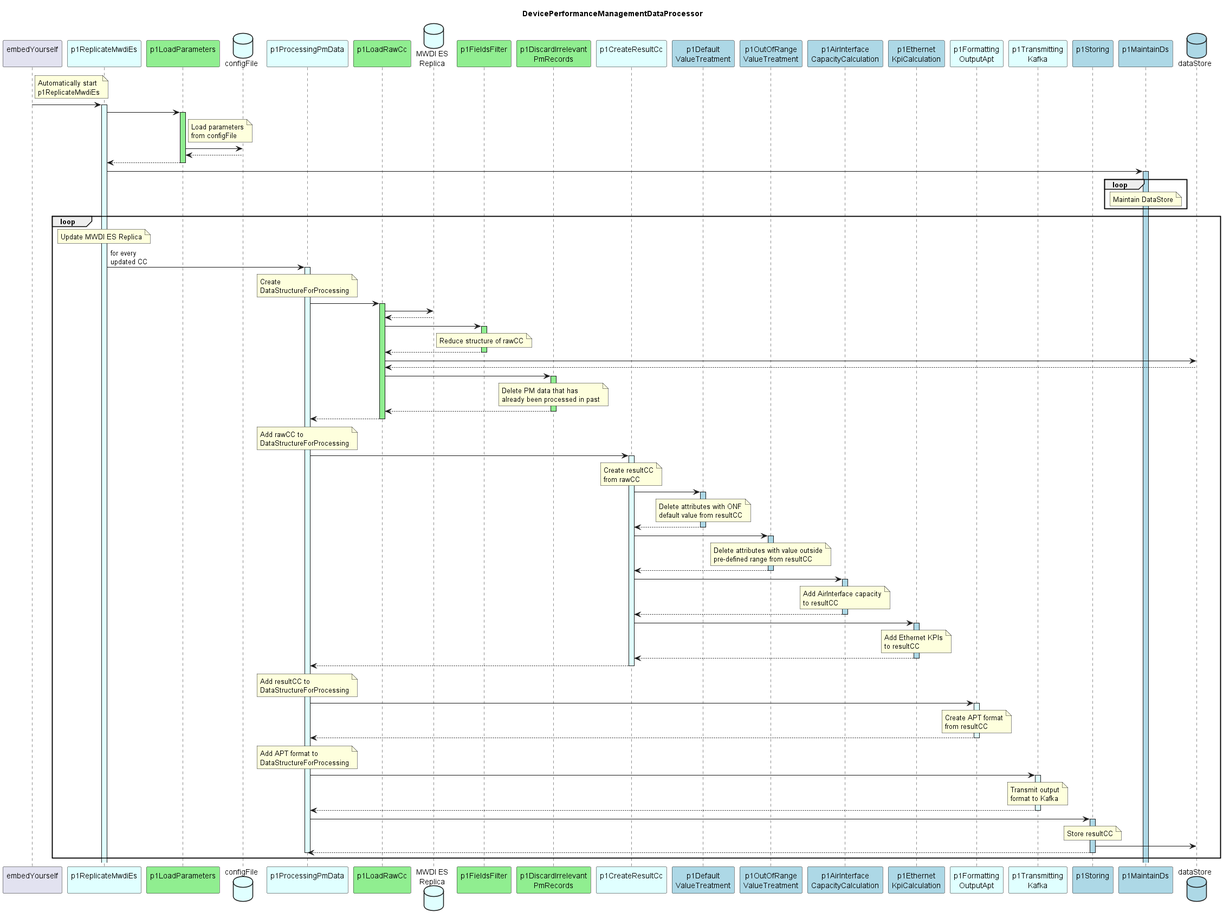
openBackhaul/DevicePerformanceManagementDataProcessor keeps this PlantUML diagram as spec/diagrams/hl_sequence.png. Above is the earlier version.
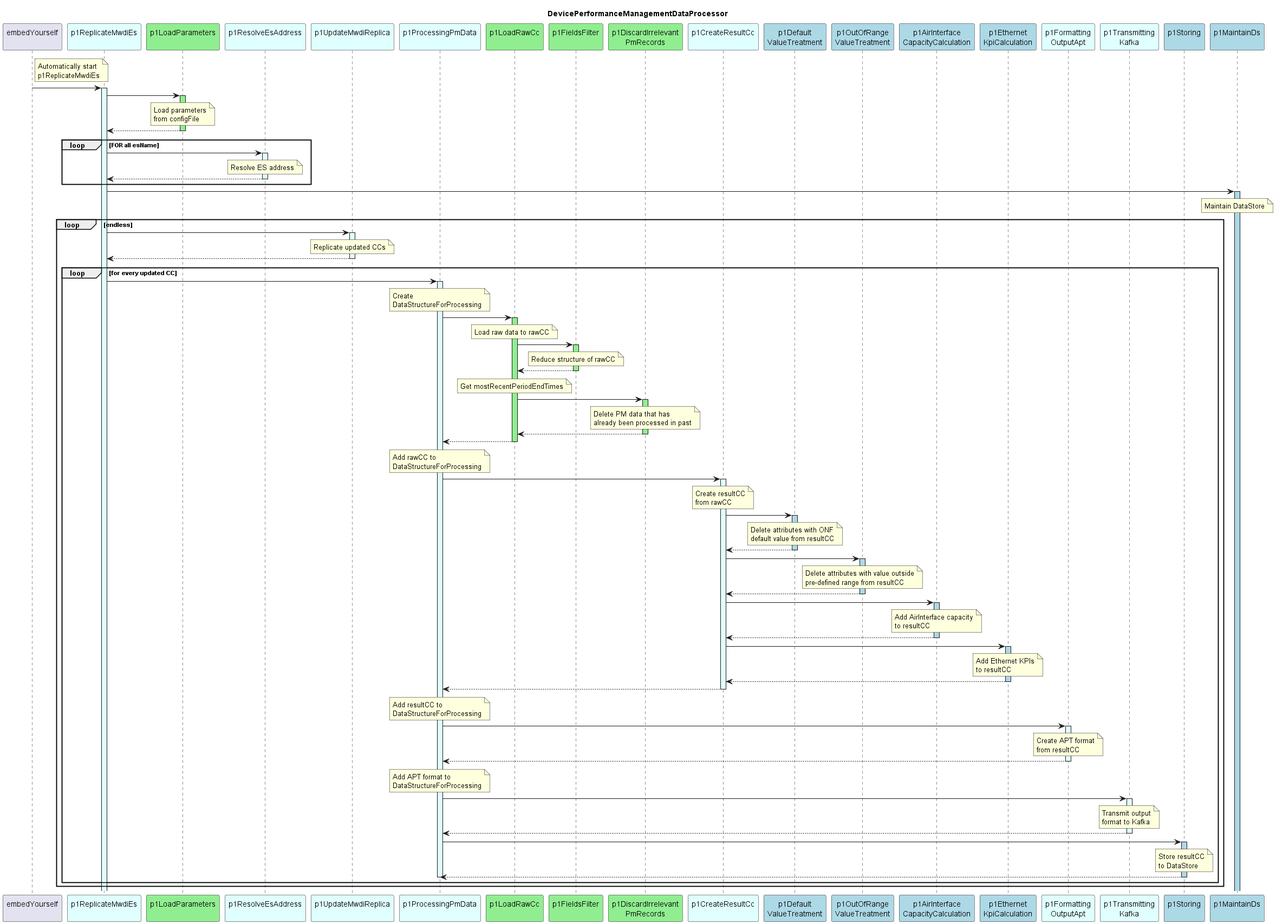
The same diagram one commit later.

Commit message:
Start rebuild p1Replicate folder

The edit, as a diff of the source:
```diff
@@ -6,14 +6,14 @@
 end title
 
 participant "embedYourself\n" as embed
-participant "p1ReplicateMwdiEs\n" as p1ReplaceMwdiEs #LightCyan
+participant "p1ReplicateMwdiEs\n" as p1RMWDI #LightCyan
 participant "p1LoadParameters\n" as p1LoadParams #LightGreen
-database "configFile" as configFile #LightCyan
+participant "p1ResolveEsAddress\n" as p1REA #LightCyan
+participant "p1UpdateMwdiReplica\n" as p1UMR #LightCyan
 
 participant "p1ProcessingPmData\n" as p1ProcessPm #LightCyan
 
 participant "p1LoadRawCc\n" as p1AddRaw #LightGreen
-database  "MWDI ES\nReplica" as MwdiEs #LightCyan
 participant "p1FieldsFilter\n" as p1FieldsFilter #LightGreen
 participant "p1DiscardIrrelevant\nPmRecords" as filterPm #LightGreen
 
@@ -30,187 +30,202 @@
 
 participant "p1Storing\n" as p1Store #LightBlue
 participant "p1MaintainDs\n" as p1MDS #LightBlue
-database "dataStore" as db #LightBlue
 
 note right embed
   Automatically start
   p1ReplicateMwdiEs
 end note
-embed -> p1ReplaceMwdiEs
+embed -> p1RMWDI
 
-activate p1ReplaceMwdiEs #LightCyan
+activate p1RMWDI #LightCyan
 
-  p1ReplaceMwdiEs -> p1LoadParams
+  p1RMWDI -> p1LoadParams
   activate p1LoadParams #LightGreen
-    note right p1LoadParams
+    note over p1LoadParams
       Load parameters
       from configFile
     end note
-    p1LoadParams -> configFile
-    p1LoadParams <-- configFile
-  p1ReplaceMwdiEs <-- p1LoadParams
+  p1RMWDI <-- p1LoadParams
   deactivate p1LoadParams
 
-  p1ReplaceMwdiEs -> p1MDS
+  Loop FOR all esName
+    p1RMWDI -> p1REA
+    activate p1REA #LightCyan
+      note over p1REA
+        Resolve ES address
+      end note
+    p1RMWDI <-- p1REA
+    deactivate p1REA
+  end Loop
+
+  p1RMWDI -> p1MDS
   activate p1MDS #LightBlue
-    loop
-      note over p1MDS
-        Maintain DataStore
-      end note
-    end
-
-  loop
-    note over p1ReplaceMwdiEs
-      Update MWDI ES Replica
+    note over p1MDS
+      Maintain DataStore
     end note
 
-    p1ReplaceMwdiEs -> p1ProcessPm : for every\nupdated CC
-    activate p1ProcessPm #LightCyan
+  Loop endless
 
-      note over p1ProcessPm
-        Create
-        DataStructureForProcessing
+    p1RMWDI -> p1UMR
+    activate p1UMR #LightCyan
+      note over p1UMR
+        Replicate updated CCs
       end note
+    p1RMWDI <-- p1UMR
+    deactivate p1UMR
 
-      p1ProcessPm -> p1AddRaw
-      activate p1AddRaw #LightGreen
+    Loop for every updated CC
 
-        p1AddRaw -> MwdiEs
-        p1AddRaw <-- MwdiEs
+      p1RMWDI -> p1ProcessPm
+      activate p1ProcessPm #LightCyan
 
-        p1AddRaw -> p1FieldsFilter
-        activate p1FieldsFilter #LightGreen
+        note over p1ProcessPm
+          Create
+          DataStructureForProcessing
+        end note
 
-          note over p1FieldsFilter
-            Reduce structure of rawCC
+        p1ProcessPm -> p1AddRaw
+        activate p1AddRaw #LightGreen
+
+          note over p1AddRaw
+            Load raw data to rawCC
           end note
 
-        p1AddRaw <-- p1FieldsFilter
-        deactivate p1FieldsFilter
+          p1AddRaw -> p1FieldsFilter
+          activate p1FieldsFilter #LightGreen
 
-        p1AddRaw -> db
-        p1AddRaw <-- db
+            note over p1FieldsFilter
+              Reduce structure of rawCC
+            end note
 
-        p1AddRaw -> filterPm
-        activate filterPm #LightGreen
+          p1AddRaw <-- p1FieldsFilter
+          deactivate p1FieldsFilter
 
-          note over filterPm
-            Delete PM data that has
-            already been processed in past
+          note over p1AddRaw
+            Get mostRecentPeriodEndTimes
           end note
 
-        p1AddRaw <-- filterPm
-        deactivate filterPm
+          p1AddRaw -> filterPm
+          activate filterPm #LightGreen
 
-      p1ProcessPm <-- p1AddRaw
-      deactivate p1AddRaw
+            note over filterPm
+              Delete PM data that has
+              already been processed in past
+            end note
 
-      note over p1ProcessPm
-        Add rawCC to
-        DataStructureForProcessing
-      end note
+          p1AddRaw <-- filterPm
+          deactivate filterPm
 
-      p1ProcessPm -> p1CreateResultCC
-      activate p1CreateResultCC #LightCyan
+        p1ProcessPm <-- p1AddRaw
+        deactivate p1AddRaw
 
-        note over p1CreateResultCC
-          Create resultCC
-          from rawCC
+        note over p1ProcessPm
+          Add rawCC to
+          DataStructureForProcessing
         end note
 
-        p1CreateResultCC -> p1DefaultValues
-        activate p1DefaultValues #LightBlue
+        p1ProcessPm -> p1CreateResultCC
+        activate p1CreateResultCC #LightCyan
 
-          note over p1DefaultValues
-            Delete attributes with ONF
-            default value from resultCC
+          note over p1CreateResultCC
+            Create resultCC
+            from rawCC
           end note
 
-        p1CreateResultCC <-- p1DefaultValues
-        deactivate p1DefaultValues
+          p1CreateResultCC -> p1DefaultValues
+          activate p1DefaultValues #LightBlue
 
-        p1CreateResultCC -> p1OutOfRange
-        activate p1OutOfRange #LightBlue
+            note over p1DefaultValues
+              Delete attributes with ONF
+              default value from resultCC
+            end note
 
-          note over p1OutOfRange
-            Delete attributes with value outside
-            pre-defined range from resultCC
+          p1CreateResultCC <-- p1DefaultValues
+          deactivate p1DefaultValues
+
+          p1CreateResultCC -> p1OutOfRange
+          activate p1OutOfRange #LightBlue
+
+            note over p1OutOfRange
+              Delete attributes with value outside
+              pre-defined range from resultCC
+            end note
+
+          p1CreateResultCC <-- p1OutOfRange
+          deactivate p1OutOfRange
+
+          p1CreateResultCC -> p1AirKpi
+          activate p1AirKpi #LightBlue
+
+            note over p1AirKpi
+              Add AirInterface capacity
+              to resultCC
+            end note
+
+          p1CreateResultCC <-- p1AirKpi
+          deactivate p1AirKpi
+
+          p1CreateResultCC -> p1EthKpi
+          activate p1EthKpi #LightBlue
+
+            note over p1EthKpi
+              Add Ethernet KPIs
+              to resultCC
+            end note
+
+          p1CreateResultCC <-- p1EthKpi
+          deactivate p1EthKpi
+
+        p1ProcessPm <-- p1CreateResultCC
+        deactivate p1CreateResultCC
+
+        note over p1ProcessPm
+          Add resultCC to
+          DataStructureForProcessing
+        end note
+
+        p1ProcessPm -> p1Output
+        activate p1Output #LightCyan
+
+          note over p1Output
+            Create APT format
+            from resultCC
           end note
 
-        p1CreateResultCC <-- p1OutOfRange
-        deactivate p1OutOfRange
+        p1ProcessPm <-- p1Output
+        deactivate p1Output
 
-        p1CreateResultCC -> p1AirKpi
-        activate p1AirKpi #LightBlue
+        note over p1ProcessPm
+          Add APT format to
+          DataStructureForProcessing
+        end note
 
-          note over p1AirKpi
-            Add AirInterface capacity
-            to resultCC
+        p1ProcessPm -> p1Trans
+        activate p1Trans #LightCyan
+
+          note over p1Trans
+            Transmit output
+            format to Kafka
           end note
 
-        p1CreateResultCC <-- p1AirKpi
-        deactivate p1AirKpi
+        p1ProcessPm <-- p1Trans
+        deactivate p1Trans
 
-        p1CreateResultCC -> p1EthKpi
-        activate p1EthKpi #LightBlue
+        p1ProcessPm -> p1Store
+        activate p1Store #LightBlue
 
-          note over p1EthKpi
-            Add Ethernet KPIs
-            to resultCC
+          note over p1Store
+            Store resultCC
+            to DataStore
           end note
 
-        p1CreateResultCC <-- p1EthKpi
-        deactivate p1EthKpi
+        p1ProcessPm <-- p1Store
+        deactivate p1Store
 
-      p1ProcessPm <-- p1CreateResultCC
-      deactivate p1CreateResultCC
+      deactivate p1ProcessPm
 
-      note over p1ProcessPm
-        Add resultCC to
-        DataStructureForProcessing
-      end note
+    end Loop
 
-      p1ProcessPm -> p1Output
-      activate p1Output #LightCyan
-
-        note over p1Output
-          Create APT format
-          from resultCC
-        end note
-
-      p1ProcessPm <-- p1Output
-      deactivate p1Output
-
-      note over p1ProcessPm
-        Add APT format to
-        DataStructureForProcessing
-      end note
-
-      p1ProcessPm -> p1Trans
-      activate p1Trans #LightCyan
-
-        note over p1Trans
-          Transmit output
-          format to Kafka
-        end note
-
-      p1ProcessPm <-- p1Trans
-      deactivate p1Trans
-
-      p1ProcessPm -> p1Store
-      activate p1Store #LightBlue
-
-        note over p1Store
-          Store resultCC
-        end note
-
-        p1Store -> db
-
-      p1ProcessPm <-- p1Store
-      deactivate p1Store
-
-    deactivate p1ProcessPm
-
-  end
+  end Loop
 
 @enduml
```
